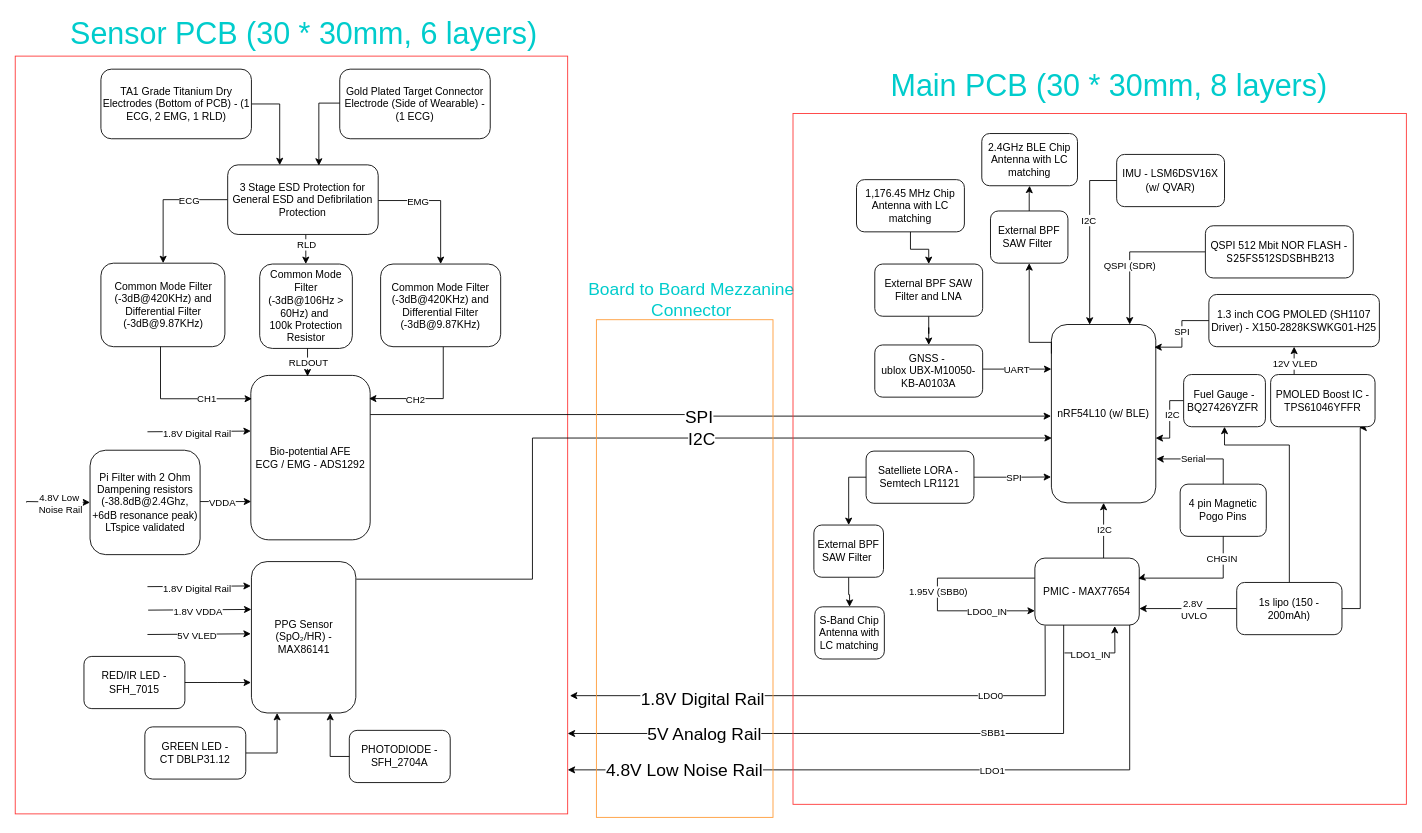
Before: Design Docs/Wearable BioNode.drawio in gugan73715/Wearable-BioNode, a draw.io diagram. Source tidied: cells renumbered, new cells numbered last; positions are measured from the earlier drawing's top-left corner, leaving out a move shared by most shapes. Both pictures are drawn from the tidied source at 87%, with x=0, y=0 at pixel (15, 20).
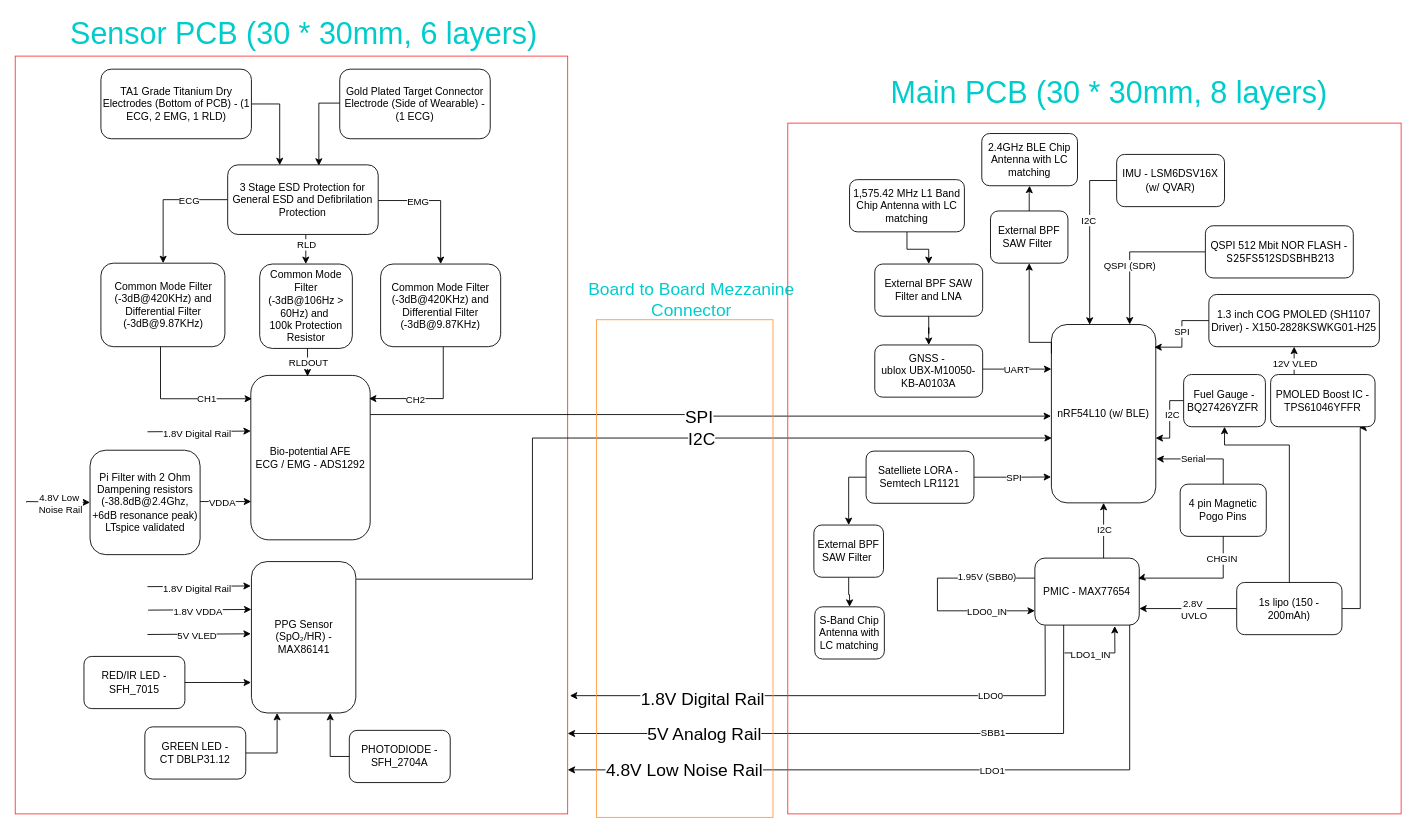
After the change.

Unchanged cells that the change refers to:
```xml
<mxCell id="17" style="edgeStyle=elbowEdgeStyle;rounded=0;orthogonalLoop=1;jettySize=auto;html=1;exitX=-0.006;exitY=0.537;exitDx=0;exitDy=0;exitPerimeter=0;entryX=0;entryY=0.891;entryDx=0;entryDy=0;entryPerimeter=0;" parent="1" edge="1">
  <mxGeometry relative="1" as="geometry">
    <mxPoint x="1172" y="641" as="sourcePoint" />
    <mxPoint x="1172" y="678.6" as="targetPoint" />
    <Array as="points">
      <mxPoint x="1060" y="658" />
    </Array>
  </mxGeometry>
</mxCell>
```

The edit, as a diff of the source:
```diff
@@
     <mxCell id="18" value="1.95V (SBB0)" style="edgeLabel;html=1;align=center;verticalAlign=middle;" parent="17" vertex="1">
-      <mxGeometry x="-0.03" relative="1" as="geometry" />
+      <mxGeometry x="-0.03" relative="1" as="geometry">
+        <mxPoint x="56" y="-17" as="offset" />
+      </mxGeometry>
     </mxCell>
@@
     <mxCell id="83" value="Main PCB (30 * 30mm, 8 layers)" style="text;html=1;whiteSpace=wrap;strokeColor=none;fillColor=none;align=center;verticalAlign=middle;rounded=0;fontSize=35;fontColor=#00CCCC;" parent="1" vertex="1">
-      <mxGeometry x="1001" y="59" width="513" height="30" as="geometry" />
+      <mxGeometry x="1001" y="67" width="513" height="30" as="geometry" />
     </mxCell>
@@
-    <mxCell id="100" value="1,176.45 MHz Chip Antenna with LC matching" style="rounded=1;whiteSpace=wrap;html=1;" parent="1" vertex="1">
-      <mxGeometry x="967" y="183" width="124" height="60" as="geometry" />
+    <mxCell id="100" value="1,575.42 MHz L1 Band Chip Antenna with LC matching" style="rounded=1;whiteSpace=wrap;html=1;" parent="1" vertex="1">
+      <mxGeometry x="959" y="183" width="132" height="60" as="geometry" />
     </mxCell>
@@
     <mxCell id="113" style="rounded=0;whiteSpace=wrap;html=1;fillColor=none;strokeColor=light-dark(#FF3333,#FFCC99);" parent="1" vertex="1">
-      <mxGeometry x="894" y="107" width="705" height="794" as="geometry" />
+      <mxGeometry x="888" y="118" width="705" height="794" as="geometry" />
     </mxCell>
```
